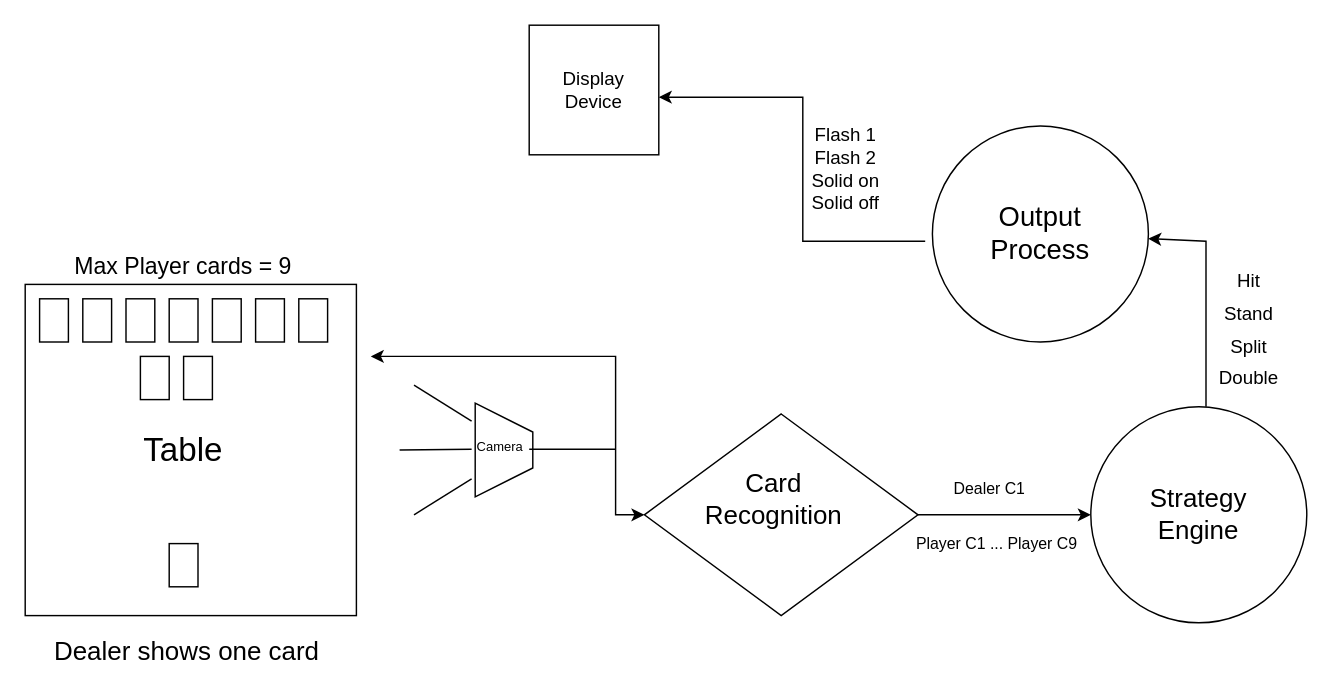
Above: diagrams/System Overview Diagram.drawio in Ace-Plays-Blackjack/ace-plays-game (draw.io), before the change. Source tidied: cells renumbered, new cells numbered last; positions are measured from the earlier drawing's top-left corner, leaving out a move shared by most shapes. Both pictures are drawn from the tidied source at 144%, with x=0, y=0 at pixel (24, 24).
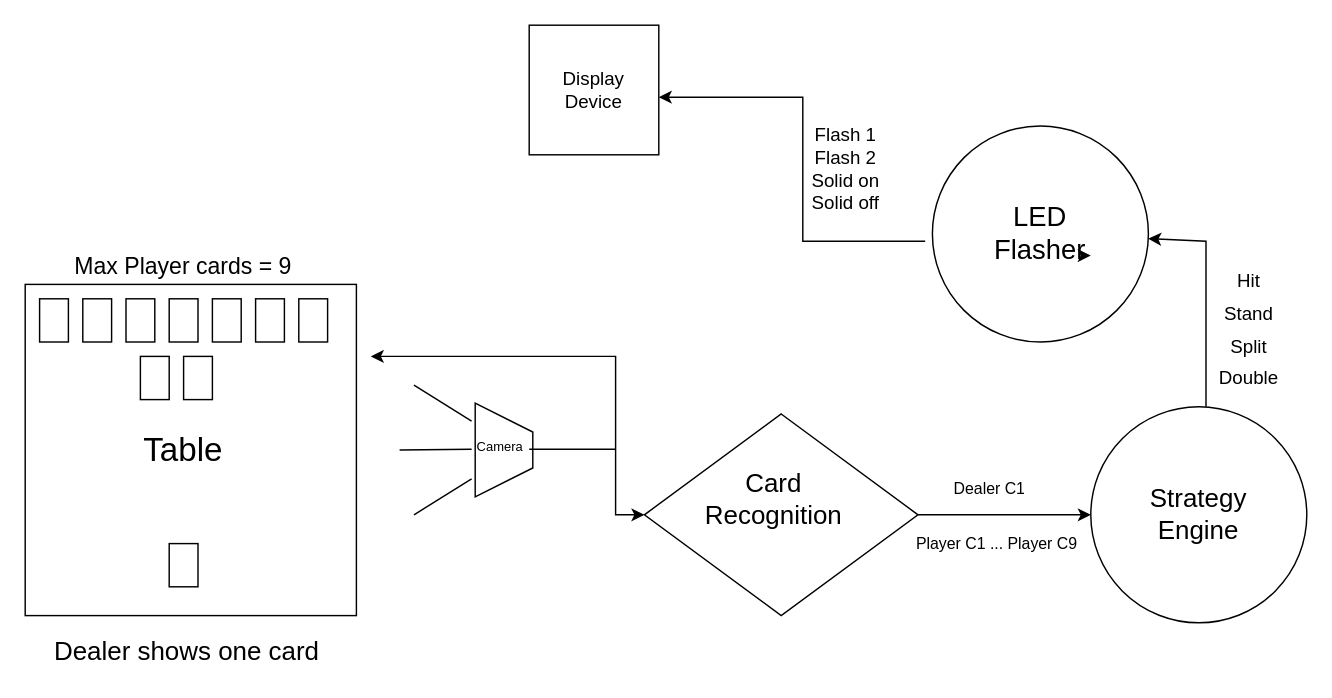
The same diagram, later.

The change refers to these unchanged cells:
```xml
<mxCell id="31" style="ellipse;whiteSpace=wrap;html=1;fontSize=11;" parent="1" vertex="1">
  <mxGeometry x="630" y="70" width="150" height="150" as="geometry" />
</mxCell>
```

The edit, as a diff of the source:
```diff
@@
+    <mxCell id="38" style="edgeStyle=none;html=1;exitX=1;exitY=1;exitDx=0;exitDy=0;entryX=0.733;entryY=0.6;entryDx=0;entryDy=0;entryPerimeter=0;" parent="1" edge="1" source="32" target="31">
+      <mxGeometry relative="1" as="geometry" />
+    </mxCell>
-    <mxCell id="32" value="&lt;font style=&quot;font-size: 19px;&quot;&gt;Output Process&lt;/font&gt;" style="text;html=1;strokeColor=none;fillColor=none;align=center;verticalAlign=middle;whiteSpace=wrap;rounded=0;fontSize=11;" parent="1" vertex="1">
+    <mxCell id="32" value="&lt;span style=&quot;font-size: 19px;&quot;&gt;LED Flasher&lt;/span&gt;" style="text;html=1;strokeColor=none;fillColor=none;align=center;verticalAlign=middle;whiteSpace=wrap;rounded=0;fontSize=11;" parent="1" vertex="1">
       <mxGeometry x="675" y="130" width="60" height="30" as="geometry" />
     </mxCell>
```
